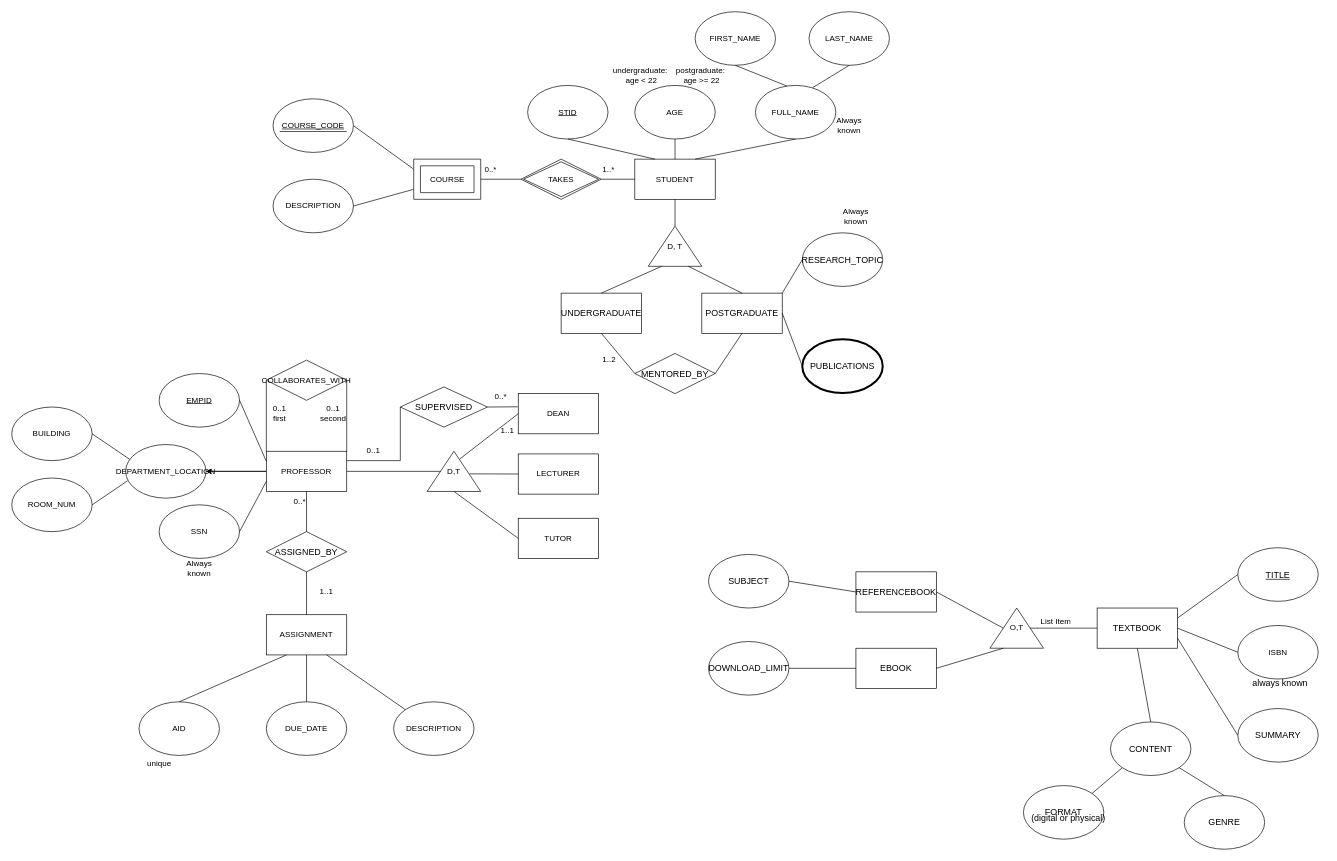
us-ja/Data_Management keeps this draw.io diagram as DM-HW1_Janis & Cuihuan.drawio. Above is the earlier version. Source tidied: cells renumbered, new cells numbered last; positions are measured from the earlier drawing's top-left corner, leaving out a move shared by most shapes. Both pictures are drawn from the tidied source at 67%, with x=0, y=0 at pixel (11, 11).
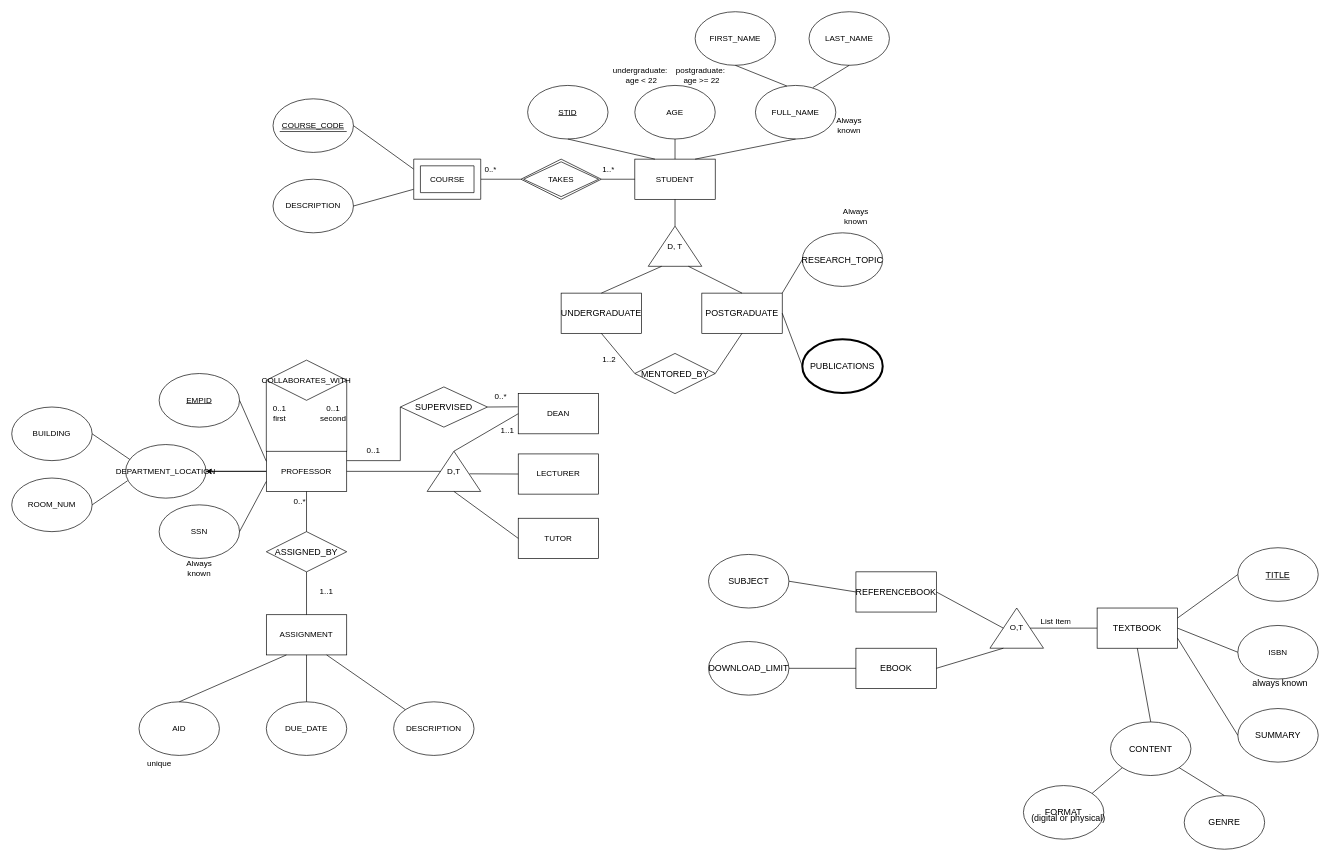
Above is the later version.

Unchanged cells that the change refers to:
```xml
<mxCell id="53" value="D,T" style="triangle;whiteSpace=wrap;html=1;direction=north;" parent="1" vertex="1">
  <mxGeometry x="620" y="656" width="80" height="60" as="geometry" />
</mxCell>
<mxCell id="57" value="DEAN" style="rounded=0;whiteSpace=wrap;html=1;" parent="1" vertex="1">
  <mxGeometry x="756" y="570" width="120" height="60" as="geometry" />
</mxCell>
```

What changed in the source:
```diff
@@
-    <mxCell id="58" style="endArrow=none;html=1;rounded=0;entryX=0;entryY=0.5;entryDx=0;entryDy=0;exitX=0.805;exitY=0.607;exitDx=0;exitDy=0;exitPerimeter=0;" parent="1" edge="1" source="53" target="57">
+    <mxCell id="58" style="endArrow=none;html=1;rounded=0;entryX=0;entryY=0.5;entryDx=0;entryDy=0;exitX=1;exitY=0.5;exitDx=0;exitDy=0;" parent="1" edge="1" source="53" target="57">
       <mxGeometry relative="1" as="geometry" />
     </mxCell>
```
